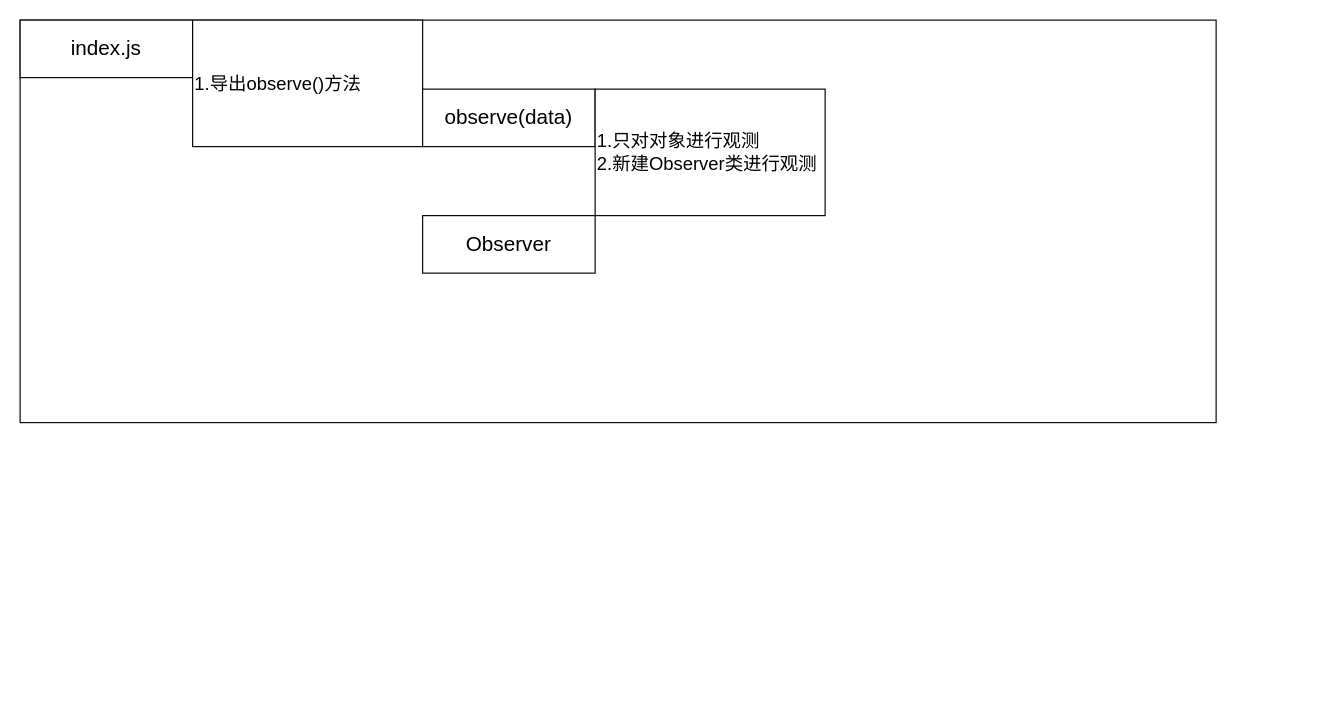
Before: page "observe/index.js" (4 of 4) of vue2.drawio in Saiable/drawio, a draw.io diagram. Source tidied: cells renumbered, new cells numbered last; positions are measured from the earlier drawing's top-left corner, leaving out a move shared by most shapes. Both pictures are drawn from the tidied source at 115%, with x=0, y=0 at pixel (20, 20).
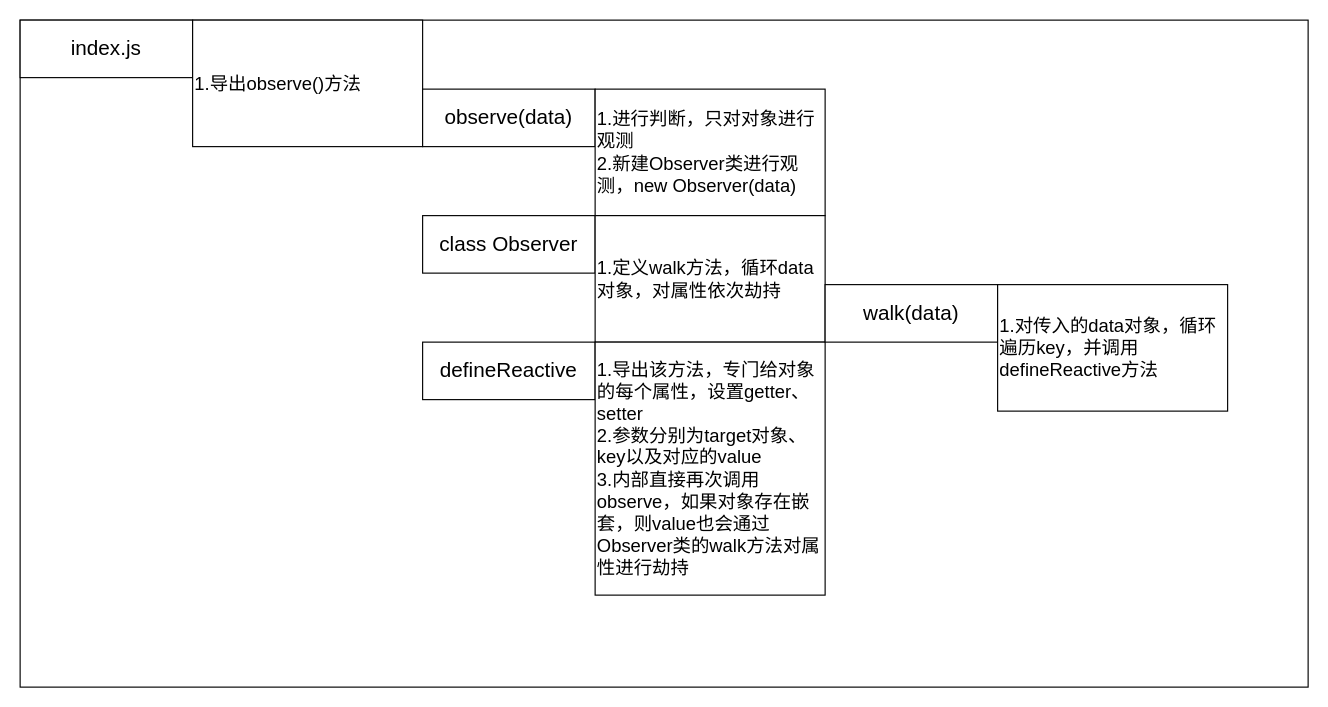
Above is the later version.

Diff of the diagram source:
```diff
@@
 <mxGraphModel>
   <root>
     <mxCell id="0" />
     <mxCell id="1" parent="0" />
     <mxCell id="2" style="rounded=0;whiteSpace=wrap;html=1;fontSize=18;" parent="1" vertex="1">
-      <mxGeometry width="1040" height="350" as="geometry" />
+      <mxGeometry width="1120" height="580" as="geometry" />
     </mxCell>
     <mxCell id="3" value="&lt;font style=&quot;font-size: 18px;&quot;&gt;index.js&lt;/font&gt;" style="rounded=0;whiteSpace=wrap;html=1;strokeColor=default;fontFamily=Helvetica;fontSize=16;fontColor=default;fillColor=default;align=center;" parent="1" vertex="1">
       <mxGeometry width="150" height="50" as="geometry" />
     </mxCell>
     <mxCell id="4" value="&lt;font style=&quot;border-color: var(--border-color);&quot;&gt;1.导出observe()方法&lt;br&gt;&lt;/font&gt;" style="rounded=0;whiteSpace=wrap;html=1;strokeColor=default;fontFamily=Helvetica;fontSize=16;fontColor=default;fillColor=default;align=left;" parent="1" vertex="1">
       <mxGeometry x="150" width="200" height="110" as="geometry" />
     </mxCell>
     <mxCell id="5" value="&lt;font style=&quot;font-size: 18px;&quot;&gt;observe(data)&lt;/font&gt;" style="rounded=0;whiteSpace=wrap;html=1;strokeColor=default;fontFamily=Helvetica;fontSize=16;fontColor=default;fillColor=default;align=center;" parent="1" vertex="1">
       <mxGeometry x="350" y="60" width="150" height="50" as="geometry" />
     </mxCell>
-    <mxCell id="6" value="&lt;font style=&quot;border-color: var(--border-color);&quot;&gt;1.只对对象进行观测&lt;br&gt;2.新建Observer类进行观测&lt;br&gt;&lt;/font&gt;" style="rounded=0;whiteSpace=wrap;html=1;strokeColor=default;fontFamily=Helvetica;fontSize=16;fontColor=default;fillColor=default;align=left;" parent="1" vertex="1">
+    <mxCell id="6" value="&lt;font style=&quot;border-color: var(--border-color);&quot;&gt;1.进行判断，只对对象进行观测&lt;br&gt;2.新建Observer类进行观测，new Observer(data)&lt;br&gt;&lt;/font&gt;" style="rounded=0;whiteSpace=wrap;html=1;strokeColor=default;fontFamily=Helvetica;fontSize=16;fontColor=default;fillColor=default;align=left;" parent="1" vertex="1">
       <mxGeometry x="500" y="60" width="200" height="110" as="geometry" />
     </mxCell>
-    <mxCell id="7" value="&lt;font style=&quot;font-size: 18px;&quot;&gt;Observer&lt;/font&gt;" style="rounded=0;whiteSpace=wrap;html=1;strokeColor=default;fontFamily=Helvetica;fontSize=16;fontColor=default;fillColor=default;align=center;" parent="1" vertex="1">
+    <mxCell id="7" value="&lt;font style=&quot;font-size: 18px;&quot;&gt;class Observer&lt;/font&gt;" style="rounded=0;whiteSpace=wrap;html=1;strokeColor=default;fontFamily=Helvetica;fontSize=16;fontColor=default;fillColor=default;align=center;" parent="1" vertex="1">
       <mxGeometry x="350" y="170" width="150" height="50" as="geometry" />
     </mxCell>
+    <mxCell id="8" value="&lt;font style=&quot;border-color: var(--border-color);&quot;&gt;1.定义walk方法，循环data对象，对属性依次劫持&lt;br&gt;&lt;/font&gt;" style="rounded=0;whiteSpace=wrap;html=1;strokeColor=default;fontFamily=Helvetica;fontSize=16;fontColor=default;fillColor=default;align=left;" parent="1" vertex="1">
+      <mxGeometry x="500" y="170" width="200" height="110" as="geometry" />
+    </mxCell>
+    <mxCell id="9" value="&lt;font style=&quot;font-size: 18px;&quot;&gt;defineReactive&lt;/font&gt;" style="rounded=0;whiteSpace=wrap;html=1;strokeColor=default;fontFamily=Helvetica;fontSize=16;fontColor=default;fillColor=default;align=center;" parent="1" vertex="1">
+      <mxGeometry x="350" y="280" width="150" height="50" as="geometry" />
+    </mxCell>
+    <mxCell id="10" value="&lt;font style=&quot;border-color: var(--border-color);&quot;&gt;1.导出该方法，专门给对象的每个属性，设置getter、setter&lt;br&gt;2.参数分别为target对象、key以及对应的value&lt;br&gt;3.内部直接再次调用observe，如果对象存在嵌套，则value也会通过Observer类的walk方法对属性进行劫持&lt;br&gt;&lt;/font&gt;" style="rounded=0;whiteSpace=wrap;html=1;strokeColor=default;fontFamily=Helvetica;fontSize=16;fontColor=default;fillColor=default;align=left;" parent="1" vertex="1">
+      <mxGeometry x="500" y="280" width="200" height="220" as="geometry" />
+    </mxCell>
+    <mxCell id="11" value="&lt;font style=&quot;font-size: 18px;&quot;&gt;walk(data)&lt;/font&gt;" style="rounded=0;whiteSpace=wrap;html=1;strokeColor=default;fontFamily=Helvetica;fontSize=16;fontColor=default;fillColor=default;align=center;" parent="1" vertex="1">
+      <mxGeometry x="700" y="230" width="150" height="50" as="geometry" />
+    </mxCell>
+    <mxCell id="12" value="&lt;font style=&quot;border-color: var(--border-color);&quot;&gt;1.对传入的data对象，循环遍历key，并调用defineReactive方法&lt;br&gt;&lt;/font&gt;" style="rounded=0;whiteSpace=wrap;html=1;strokeColor=default;fontFamily=Helvetica;fontSize=16;fontColor=default;fillColor=default;align=left;" parent="1" vertex="1">
+      <mxGeometry x="850" y="230" width="200" height="110" as="geometry" />
+    </mxCell>
   </root>
 </mxGraphModel>
```
